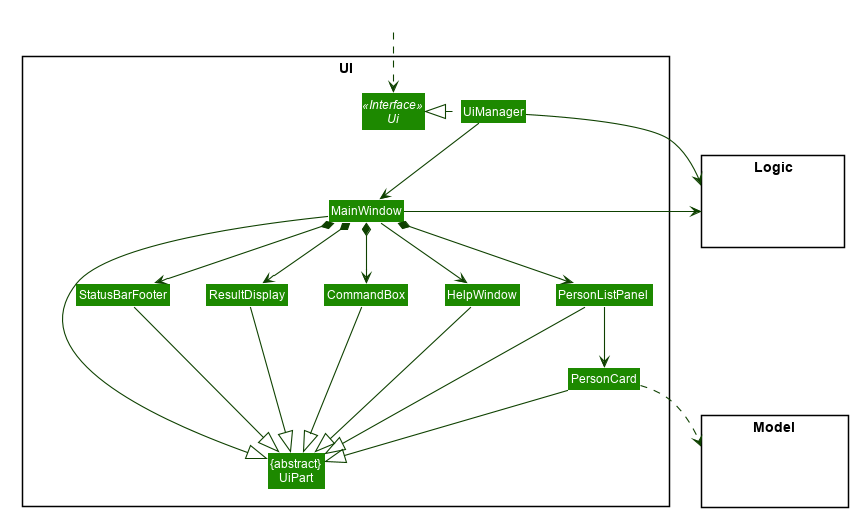
Earlier version of the PlantUML export docs/images/UiClassDiagram.png (nus-cs2103-AY2021S2/tp).
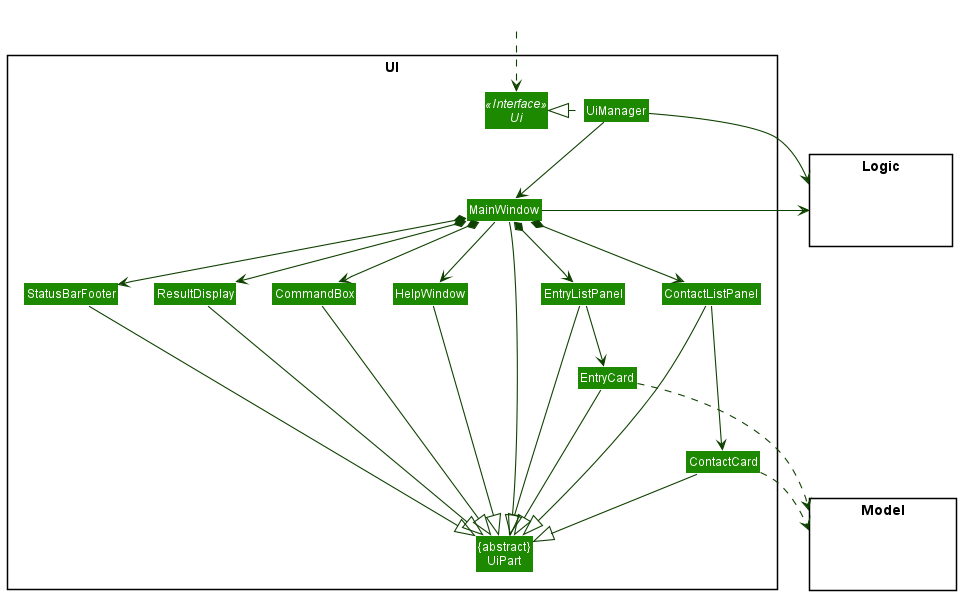
After the commit.

What changed in the source:
```diff
@@ -1,55 +1,8 @@
 @startuml
-
-
-
-
-
-
-
-
-skinparam BackgroundColor #FFFFFFF
-
-skinparam Shadowing false
-
-skinparam Class {
-    FontColor #FFFFFF
-    BorderThickness 1
-    BorderColor #FFFFFF
-    StereotypeFontColor #FFFFFF
-    FontName Arial
-}
-
-skinparam Actor {
-    BorderColor #000000
-    Color #000000
-    FontName Arial
-}
-
-skinparam Sequence {
-    MessageAlign center
-    BoxFontSize 15
-    BoxPadding 0
-    BoxFontColor #FFFFFF
-    FontName Arial
-}
-
-skinparam Participant {
-    FontColor #FFFFFFF
-    Padding 20
-}
-
-skinparam MinClassWidth 50
-skinparam ParticipantPadding 10
-skinparam Shadowing false
-skinparam DefaultTextAlignment center
-skinparam packageStyle Rectangle
-
-hide footbox
-hide members
-hide circle
+!include style.puml
 skinparam arrowThickness 1.1
-skinparam arrowColor #0E4100
-skinparam classBackgroundColor #1D8900
+skinparam arrowColor UI_COLOR_T4
+skinparam classBackgroundColor UI_COLOR
 
 package UI <<Rectangle>>{
 Interface Ui <<Interface>>
@@ -58,10 +11,12 @@
 Class MainWindow
 Class HelpWindow
 Class ResultDisplay
-Class PersonListPanel
-Class PersonCard
+Class ContactListPanel
+Class ContactCard
 Class StatusBarFooter
 Class CommandBox
+Class EntryCard
+Class EntryListPanel
 }
 
 package Model <<Rectangle>> {
@@ -80,25 +35,31 @@
 MainWindow --> HelpWindow
 MainWindow *-down-> CommandBox
 MainWindow *-down-> ResultDisplay
-MainWindow *-down-> PersonListPanel
+MainWindow *-down-> ContactListPanel
+MainWindow *-down-> EntryListPanel
 MainWindow *-down-> StatusBarFooter
 
-PersonListPanel -down-> PersonCard
+ContactListPanel --down-> ContactCard
+EntryListPanel -down-> EntryCard
 
 MainWindow -left-|> UiPart
 
 ResultDisplay --|> UiPart
 CommandBox --|> UiPart
-PersonListPanel --|> UiPart
-PersonCard --|> UiPart
+ContactListPanel --|> UiPart
+ContactCard --|> UiPart
+EntryListPanel --|> UiPart
+EntryCard --|> UiPart
 StatusBarFooter --|> UiPart
 HelpWindow -down-|> UiPart
 
-PersonCard ..> Model
+ContactCard ..> Model
+EntryCard ..> Model
 UiManager -right-> Logic
 MainWindow -left-> Logic
 
-PersonListPanel -[hidden]left- HelpWindow
+ContactListPanel -[hidden]left- HelpWindow
+EntryListPanel -[hidden]left- HelpWindow
 HelpWindow -[hidden]left- CommandBox
 CommandBox -[hidden]left- ResultDisplay
 ResultDisplay -[hidden]left- StatusBarFooter
```
